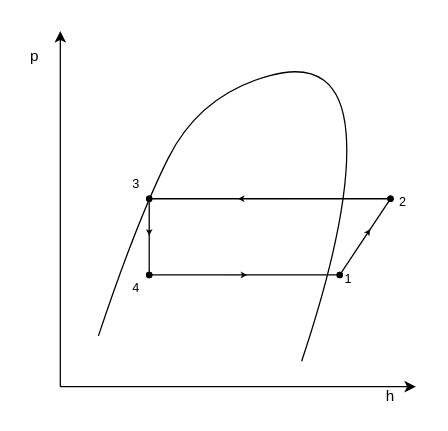
Earlier version of the draw.io diagram Graphics/p-h_diagram_std.drawio (kasperlaustsen/CA8_Writings). Source tidied: cells renumbered, new cells numbered last; positions are measured from the earlier drawing's top-left corner, leaving out a move shared by most shapes. Both pictures are drawn from the tidied source at 127%, with x=0, y=0 at pixel (22, 30).
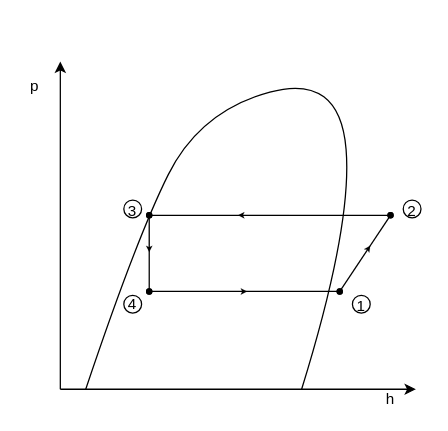
After the change.

The edit, as a diff of the source:
```diff
@@
     <mxCell id="2" style="endArrow=classic;html=1;rounded=0;" parent="1" edge="1">
       <mxGeometry relative="1" as="geometry">
-        <mxPoint x="30" y="280" as="sourcePoint" />
-        <mxPoint x="30" as="targetPoint" />
+        <mxPoint x="30" y="282" as="sourcePoint" />
+        <mxPoint x="30" y="24" as="targetPoint" />
       </mxGeometry>
     </mxCell>
     <mxCell id="3" style="endArrow=classic;html=1;rounded=0;" parent="1" edge="1">
       <mxGeometry relative="1" as="geometry">
-        <mxPoint x="30" y="280" as="sourcePoint" />
-        <mxPoint x="310" y="280" as="targetPoint" />
+        <mxPoint x="30" y="282" as="sourcePoint" />
+        <mxPoint x="310" y="282" as="targetPoint" />
       </mxGeometry>
     </mxCell>
     <mxCell id="4" value="h" style="text;html=1;strokeColor=none;fillColor=none;align=center;verticalAlign=middle;whiteSpace=wrap;rounded=0;" parent="1" vertex="1">
-      <mxGeometry x="280" y="280" width="20" height="15" as="geometry" />
+      <mxGeometry x="280" y="282" width="20" height="15" as="geometry" />
     </mxCell>
     <mxCell id="5" value="p" style="text;html=1;strokeColor=none;fillColor=none;align=center;verticalAlign=middle;whiteSpace=wrap;rounded=0;" parent="1" vertex="1">
-      <mxGeometry y="10" width="20" height="20" as="geometry" />
+      <mxGeometry y="34" width="20" height="20" as="geometry" />
     </mxCell>
     <mxCell id="6" style="curved=1;endArrow=none;html=1;rounded=0;endFill=0;" parent="1" edge="1">
       <mxGeometry relative="1" as="geometry">
-        <mxPoint x="60" y="240" as="sourcePoint" />
-        <mxPoint x="220" y="260" as="targetPoint" />
+        <mxPoint x="50" y="282" as="sourcePoint" />
+        <mxPoint x="220" y="282" as="targetPoint" />
         <Array as="points">
-          <mxPoint x="90" y="150" />
-          <mxPoint x="140" y="50" />
-          <mxPoint x="250" y="20" />
-          <mxPoint x="260" y="140" />
+          <mxPoint x="90" y="163" />
+          <mxPoint x="140" y="63" />
+          <mxPoint x="250" y="33" />
+          <mxPoint x="260" y="153" />
         </Array>
       </mxGeometry>
     </mxCell>
     <mxCell id="7" style="endArrow=oval;html=1;rounded=0;curved=1;endFill=1;startArrow=oval;startFill=1;endSize=4;startSize=4;" parent="1" edge="1">
       <mxGeometry relative="1" as="geometry">
-        <mxPoint x="100" y="132" as="sourcePoint" />
-        <mxPoint x="290" y="132" as="targetPoint" />
+        <mxPoint x="100" y="145" as="sourcePoint" />
+        <mxPoint x="290" y="145" as="targetPoint" />
       </mxGeometry>
     </mxCell>
     <mxCell id="8" style="endArrow=oval;html=1;rounded=0;curved=1;endFill=1;startArrow=oval;startFill=1;endSize=4;startSize=4;" parent="1" edge="1">
       <mxGeometry relative="1" as="geometry">
-        <mxPoint x="100" y="132" as="sourcePoint" />
-        <mxPoint x="100" y="192" as="targetPoint" />
+        <mxPoint x="100" y="145" as="sourcePoint" />
+        <mxPoint x="100" y="205" as="targetPoint" />
       </mxGeometry>
     </mxCell>
-    <mxCell id="9" style="endArrow=oval;html=1;rounded=0;curved=1;endFill=1;startArrow=oval;startFill=1;endSize=4;startSize=4;entryX=0.15;entryY=0.35;entryDx=0;entryDy=0;entryPerimeter=0;" parent="1" edge="1" target="15">
+    <mxCell id="9" style="endArrow=oval;html=1;rounded=0;curved=1;endFill=1;startArrow=oval;startFill=1;endSize=4;startSize=4;entryX=0.15;entryY=0.35;entryDx=0;entryDy=0;entryPerimeter=0;" parent="1" edge="1">
       <mxGeometry relative="1" as="geometry">
-        <mxPoint x="100" y="192" as="sourcePoint" />
+        <mxPoint x="100" y="205" as="sourcePoint" />
+        <mxPoint x="250" y="205" as="targetPoint" />
       </mxGeometry>
     </mxCell>
     <mxCell id="10" style="endArrow=oval;html=1;rounded=0;curved=1;endFill=1;startArrow=oval;startFill=1;endSize=4;startSize=4;" parent="1" edge="1">
       <mxGeometry relative="1" as="geometry">
-        <mxPoint x="290" y="132" as="sourcePoint" />
-        <mxPoint x="250" y="192" as="targetPoint" />
+        <mxPoint x="290" y="145" as="sourcePoint" />
+        <mxPoint x="250" y="205" as="targetPoint" />
       </mxGeometry>
     </mxCell>
     <mxCell id="11" style="endArrow=classic;html=1;rounded=0;endSize=5;strokeWidth=0;" parent="1" edge="1">
       <mxGeometry relative="1" as="geometry">
-        <mxPoint x="100" y="140" as="sourcePoint" />
-        <mxPoint x="100" y="161" as="targetPoint" />
+        <mxPoint x="100" y="153" as="sourcePoint" />
+        <mxPoint x="100" y="174" as="targetPoint" />
       </mxGeometry>
     </mxCell>
     <mxCell id="12" style="endArrow=classic;html=1;rounded=0;endSize=5;strokeWidth=0;" parent="1" edge="1">
       <mxGeometry relative="1" as="geometry">
-        <mxPoint x="160" y="192" as="sourcePoint" />
-        <mxPoint x="177" y="192" as="targetPoint" />
+        <mxPoint x="160" y="205" as="sourcePoint" />
+        <mxPoint x="177" y="205" as="targetPoint" />
       </mxGeometry>
     </mxCell>
     <mxCell id="13" style="endArrow=classic;html=1;rounded=0;endSize=5;strokeWidth=0;" parent="1" edge="1">
       <mxGeometry relative="1" as="geometry">
-        <mxPoint x="261" y="175" as="sourcePoint" />
-        <mxPoint x="274" y="156" as="targetPoint" />
+        <mxPoint x="261" y="188" as="sourcePoint" />
+        <mxPoint x="274" y="169" as="targetPoint" />
       </mxGeometry>
     </mxCell>
+    <mxCell id="18" style="endArrow=classic;html=1;rounded=0;endSize=5;strokeWidth=0;" parent="1" edge="1">
+      <mxGeometry relative="1" as="geometry">
+        <mxPoint x="210" y="145" as="sourcePoint" />
+        <mxPoint x="170" y="145" as="targetPoint" />
+        <Array as="points">
+          <mxPoint x="190" y="145" />
+        </Array>
+      </mxGeometry>
+    </mxCell>
+    <mxCell id="15" value="&lt;font style=&quot;font-size: 12px;&quot;&gt;1&lt;/font&gt;" style="ellipse;whiteSpace=wrap;html=1;fontSize=15;strokeWidth=1;" parent="1" vertex="1">
+      <mxGeometry x="260" y="208" width="14" height="14" as="geometry" />
+    </mxCell>
+    <mxCell id="17" value="&lt;font style=&quot;font-size: 12px;&quot;&gt;2&lt;/font&gt;" style="ellipse;whiteSpace=wrap;html=1;fontSize=15;strokeWidth=1;" parent="1" vertex="1">
+      <mxGeometry x="300" y="133" width="14" height="14" as="geometry" />
+    </mxCell>
+    <mxCell id="16" value="&lt;font style=&quot;font-size: 12px;&quot;&gt;3&lt;/font&gt;" style="ellipse;whiteSpace=wrap;html=1;fontSize=15;strokeWidth=1;" parent="1" vertex="1">
+      <mxGeometry x="80" y="133" width="14" height="14" as="geometry" />
+    </mxCell>
-    <mxCell id="14" value="&lt;font style=&quot;font-size: 10px&quot;&gt;4&lt;/font&gt;" style="text;html=1;strokeColor=none;fillColor=none;align=center;verticalAlign=middle;whiteSpace=wrap;rounded=0;" parent="1" vertex="1">
-      <mxGeometry x="80" y="192" width="20" height="20" as="geometry" />
+    <mxCell id="14" value="&lt;div style=&quot;font-size: 12px;&quot;&gt;&lt;font style=&quot;font-size: 12px;&quot;&gt;4&lt;/font&gt;&lt;/div&gt;" style="ellipse;whiteSpace=wrap;html=1;fontSize=15;strokeWidth=1;" parent="1" vertex="1">
+      <mxGeometry x="80" y="208" width="14" height="14" as="geometry" />
     </mxCell>
-    <mxCell id="15" value="&lt;font style=&quot;font-size: 10px&quot;&gt;1&lt;/font&gt;" style="text;html=1;strokeColor=none;fillColor=none;align=center;verticalAlign=middle;whiteSpace=wrap;rounded=0;" parent="1" vertex="1">
-      <mxGeometry x="247" y="185" width="20" height="20" as="geometry" />
-    </mxCell>
-    <mxCell id="16" value="&lt;font style=&quot;font-size: 10px&quot;&gt;3&lt;/font&gt;" style="text;html=1;strokeColor=none;fillColor=none;align=center;verticalAlign=middle;whiteSpace=wrap;rounded=0;" parent="1" vertex="1">
-      <mxGeometry x="80" y="110" width="20" height="20" as="geometry" />
-    </mxCell>
-    <mxCell id="17" value="&lt;font style=&quot;font-size: 10px&quot;&gt;2&lt;/font&gt;" style="text;html=1;strokeColor=none;fillColor=none;align=center;verticalAlign=middle;whiteSpace=wrap;rounded=0;" parent="1" vertex="1">
-      <mxGeometry x="295" y="129" width="10" height="10" as="geometry" />
-    </mxCell>
-    <mxCell id="18" style="endArrow=classic;html=1;rounded=0;endSize=5;strokeWidth=0;" parent="1" edge="1">
-      <mxGeometry relative="1" as="geometry">
-        <mxPoint x="210" y="132" as="sourcePoint" />
-        <mxPoint x="170" y="132" as="targetPoint" />
-        <Array as="points">
-          <mxPoint x="190" y="132" />
-        </Array>
-      </mxGeometry>
-    </mxCell>
```
